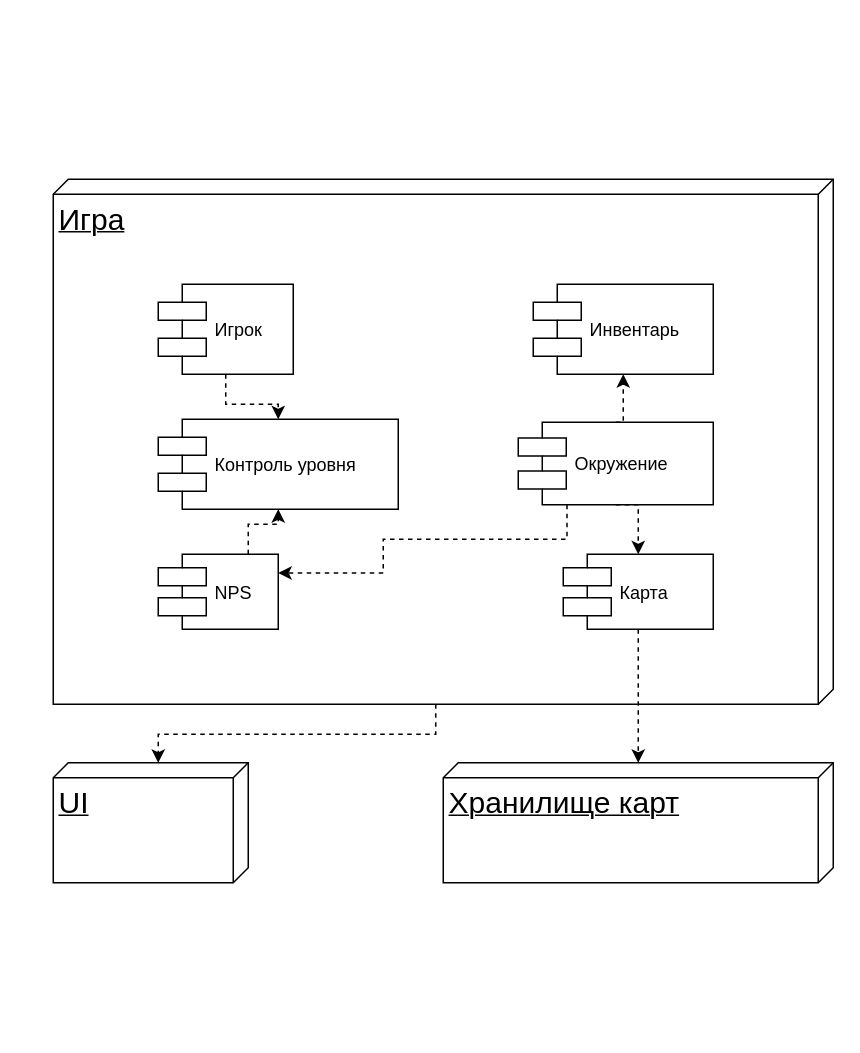
The draw.io diagram docs/src/componentDiagram.drawio in RAF96/au-2019-Roguelike, before the edit. Source tidied: cells renumbered, new cells numbered last; positions are measured from the earlier drawing's top-left corner, leaving out a move shared by most shapes. Both pictures are drawn from the tidied source at 150%, with x=0, y=0 at pixel (52, 178).
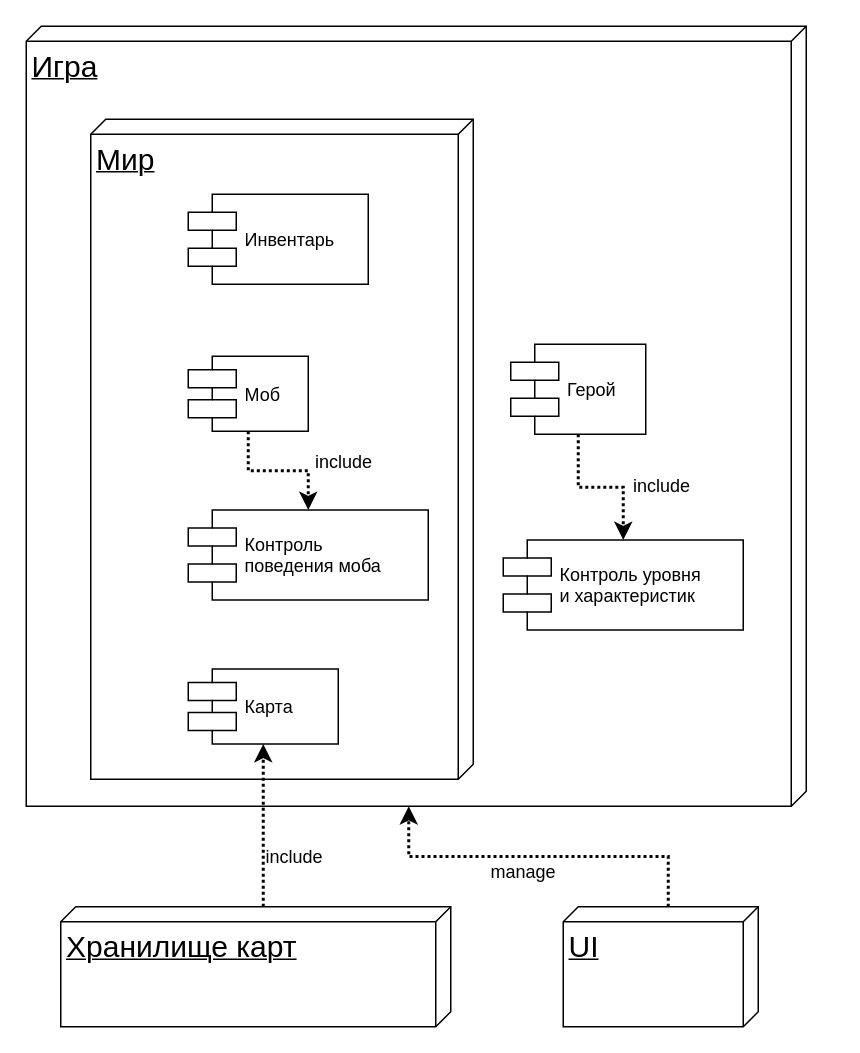
The same page after the edit.

Commit message (it also covers changes not shown here):
fix remarks: ComponentDiagram

What changed in the source:
```diff
@@
 <mxGraphModel>
   <root>
     <mxCell id="0" />
     <mxCell id="1" parent="0" />
-    <mxCell id="2" style="edgeStyle=orthogonalEdgeStyle;rounded=0;jettySize=auto;html=1;exitX=0;exitY=0;exitDx=350;exitDy=265;exitPerimeter=0;entryX=0;entryY=0;entryDx=0;entryDy=60;entryPerimeter=0;dashed=1;" parent="1" edge="1" source="3" target="11">
-      <mxGeometry relative="1" as="geometry" />
-    </mxCell>
-    <mxCell id="3" value="&lt;font style=&quot;font-size: 20px&quot;&gt;Игра&lt;/font&gt;" style="verticalAlign=top;align=left;spacingTop=8;spacingLeft=2;spacingRight=12;shape=cube;size=10;direction=south;fontStyle=4;html=1;" parent="1" vertex="1">
-      <mxGeometry width="520" height="350" as="geometry" />
-    </mxCell>
     <mxCell id="4" value="Инвентарь" style="shape=component;align=left;spacingLeft=36;" parent="1" vertex="1">
-      <mxGeometry x="320" y="70" width="120" height="60" as="geometry" />
+      <mxGeometry x="90" y="10" width="120" height="60" as="geometry" />
     </mxCell>
-    <mxCell id="5" style="edgeStyle=orthogonalEdgeStyle;rounded=0;jettySize=auto;html=1;exitX=0.5;exitY=1;exitDx=0;exitDy=0;dashed=1;" parent="1" edge="1" source="6" target="12">
-      <mxGeometry relative="1" as="geometry" />
-    </mxCell>
-    <mxCell id="6" value="Карта" style="shape=component;align=left;spacingLeft=36;" parent="1" vertex="1">
-      <mxGeometry x="340" y="250" width="100" height="50" as="geometry" />
-    </mxCell>
-    <mxCell id="7" style="edgeStyle=orthogonalEdgeStyle;rounded=0;jettySize=auto;html=1;exitX=0.75;exitY=0;exitDx=0;exitDy=0;dashed=1;" parent="1" edge="1" source="8" target="17">
-      <mxGeometry relative="1" as="geometry" />
-    </mxCell>
+    <mxCell id="18" style="edgeStyle=orthogonalEdgeStyle;rounded=0;jettySize=auto;html=1;exitX=0.5;exitY=1;exitDx=0;exitDy=0;entryX=0.5;entryY=0;entryDx=0;entryDy=0;dashed=1;dashPattern=1 1;strokeWidth=2;" parent="1" edge="1" source="8" target="21">
+      <mxGeometry relative="1" as="geometry" />
+    </mxCell>
-    <mxCell id="8" value="NPS" style="shape=component;align=left;spacingLeft=36;" parent="1" vertex="1">
-      <mxGeometry x="70" y="250" width="80" height="50" as="geometry" />
+    <mxCell id="8" value="Моб" style="shape=component;align=left;spacingLeft=36;" parent="1" vertex="1">
+      <mxGeometry x="90" y="118" width="80" height="50" as="geometry" />
     </mxCell>
-    <mxCell id="9" style="edgeStyle=orthogonalEdgeStyle;rounded=0;jettySize=auto;html=1;exitX=0.5;exitY=1;exitDx=0;exitDy=0;entryX=0.5;entryY=0;entryDx=0;entryDy=0;dashed=1;" parent="1" edge="1" source="10" target="17">
+    <mxCell id="9" style="edgeStyle=orthogonalEdgeStyle;rounded=0;jettySize=auto;html=1;exitX=0.5;exitY=1;exitDx=0;exitDy=0;dashed=1;dashPattern=1 1;strokeWidth=2;" parent="1" edge="1" source="10" target="17">
       <mxGeometry relative="1" as="geometry" />
     </mxCell>
-    <mxCell id="10" value="Игрок" style="shape=component;align=left;spacingLeft=36;" parent="1" vertex="1">
-      <mxGeometry x="70" y="70" width="90" height="60" as="geometry" />
+    <mxCell id="10" value="Герой" style="shape=component;align=left;spacingLeft=36;" parent="1" vertex="1">
+      <mxGeometry x="305" y="110" width="90" height="60" as="geometry" />
     </mxCell>
+    <mxCell id="19" style="edgeStyle=orthogonalEdgeStyle;rounded=0;jettySize=auto;html=1;exitX=0;exitY=0;exitDx=0;exitDy=60;exitPerimeter=0;entryX=0;entryY=0;entryDx=520;entryDy=265;entryPerimeter=0;dashed=1;dashPattern=1 1;strokeWidth=2;" parent="1" edge="1" source="11" target="3">
+      <mxGeometry relative="1" as="geometry" />
+    </mxCell>
     <mxCell id="11" value="&lt;font style=&quot;font-size: 20px&quot;&gt;UI&lt;/font&gt;" style="verticalAlign=top;align=left;spacingTop=8;spacingLeft=2;spacingRight=12;shape=cube;size=10;direction=south;fontStyle=4;html=1;" parent="1" vertex="1">
-      <mxGeometry y="389" width="130" height="80" as="geometry" />
+      <mxGeometry x="340" y="485" width="130" height="80" as="geometry" />
     </mxCell>
+    <mxCell id="20" style="edgeStyle=orthogonalEdgeStyle;rounded=0;jettySize=auto;html=1;exitX=0;exitY=0;exitDx=0;exitDy=125;exitPerimeter=0;dashed=1;dashPattern=1 1;strokeWidth=2;" parent="1" edge="1" source="12" target="6">
+      <mxGeometry relative="1" as="geometry" />
+    </mxCell>
     <mxCell id="12" value="&lt;font style=&quot;font-size: 20px&quot;&gt;Хранилище карт&lt;/font&gt;" style="verticalAlign=top;align=left;spacingTop=8;spacingLeft=2;spacingRight=12;shape=cube;size=10;direction=south;fontStyle=4;html=1;" parent="1" vertex="1">
-      <mxGeometry x="260" y="389" width="260" height="80" as="geometry" />
+      <mxGeometry x="5" y="485" width="260" height="80" as="geometry" />
     </mxCell>
-    <mxCell id="13" style="edgeStyle=orthogonalEdgeStyle;rounded=0;jettySize=auto;html=1;exitX=0.5;exitY=0;exitDx=0;exitDy=0;entryX=0.5;entryY=1;entryDx=0;entryDy=0;dashed=1;" parent="1" edge="1" source="16" target="4">
-      <mxGeometry relative="1" as="geometry" />
-    </mxCell>
-    <mxCell id="14" style="edgeStyle=orthogonalEdgeStyle;rounded=0;jettySize=auto;html=1;exitX=0.5;exitY=1;exitDx=0;exitDy=0;entryX=0.5;entryY=0;entryDx=0;entryDy=0;dashed=1;" parent="1" edge="1" source="16" target="6">
-      <mxGeometry relative="1" as="geometry" />
-    </mxCell>
-    <mxCell id="15" style="edgeStyle=orthogonalEdgeStyle;rounded=0;jettySize=auto;html=1;exitX=0.25;exitY=1;exitDx=0;exitDy=0;entryX=1;entryY=0.25;entryDx=0;entryDy=0;dashed=1;" parent="1" edge="1" source="16" target="8">
-      <mxGeometry relative="1" as="geometry">
-        <Array as="points">
-          <mxPoint x="343" y="240" />
-          <mxPoint x="220" y="240" />
-          <mxPoint x="220" y="263" />
-        </Array>
-      </mxGeometry>
-    </mxCell>
-    <mxCell id="16" value="Окружение" style="shape=component;align=left;spacingLeft=36;" parent="1" vertex="1">
-      <mxGeometry x="310" y="162" width="130" height="55" as="geometry" />
-    </mxCell>
-    <mxCell id="17" value="Контроль уровня" style="shape=component;align=left;spacingLeft=36;" parent="1" vertex="1">
-      <mxGeometry x="70" y="160" width="160" height="60" as="geometry" />
+    <mxCell id="17" value="Контроль уровня&#10; и характеристик" style="shape=component;align=left;spacingLeft=36;" parent="1" vertex="1">
+      <mxGeometry x="300" y="240.5" width="160" height="60" as="geometry" />
     </mxCell>
+    <mxCell id="21" value="Контроль&#10; поведения моба" style="shape=component;align=left;spacingLeft=36;" parent="1" vertex="1">
+      <mxGeometry x="90" y="220.5" width="160" height="60" as="geometry" />
+    </mxCell>
+    <mxCell id="22" value="include" style="text;html=1;align=left;verticalAlign=top;spacingTop=-4;" parent="1" vertex="1">
+      <mxGeometry x="173" y="178.5" width="60" height="20" as="geometry" />
+    </mxCell>
+    <mxCell id="3" value="&lt;font style=&quot;font-size: 20px&quot;&gt;Игра&lt;/font&gt;" style="verticalAlign=top;align=left;spacingTop=8;spacingLeft=2;spacingRight=12;shape=cube;size=10;direction=south;fontStyle=4;html=1;fillColor=none;" parent="1" vertex="1">
+      <mxGeometry x="-18" y="-102" width="520" height="520" as="geometry" />
+    </mxCell>
+    <mxCell id="6" value="Карта" style="shape=component;align=left;spacingLeft=36;" parent="1" vertex="1">
+      <mxGeometry x="90" y="326.5" width="100" height="50" as="geometry" />
+    </mxCell>
+    <mxCell id="23" value="include" style="text;html=1;align=left;verticalAlign=top;spacingTop=-4;" parent="1" vertex="1">
+      <mxGeometry x="140" y="442" width="60" height="20" as="geometry" />
+    </mxCell>
+    <mxCell id="24" value="include" style="text;html=1;align=left;verticalAlign=top;spacingTop=-4;" parent="1" vertex="1">
+      <mxGeometry x="385" y="195" width="60" height="20" as="geometry" />
+    </mxCell>
+    <mxCell id="25" value="&lt;font style=&quot;font-size: 20px&quot;&gt;Мир&lt;/font&gt;" style="verticalAlign=top;align=left;spacingTop=8;spacingLeft=2;spacingRight=12;shape=cube;size=10;direction=south;fontStyle=4;html=1;fillColor=none;" parent="1" vertex="1">
+      <mxGeometry x="25" y="-40" width="255" height="440" as="geometry" />
+    </mxCell>
+    <mxCell id="26" value="manage" style="text;html=1;align=left;verticalAlign=top;spacingTop=-4;" parent="1" vertex="1">
+      <mxGeometry x="290" y="452" width="60" height="20" as="geometry" />
+    </mxCell>
   </root>
 </mxGraphModel>
```
